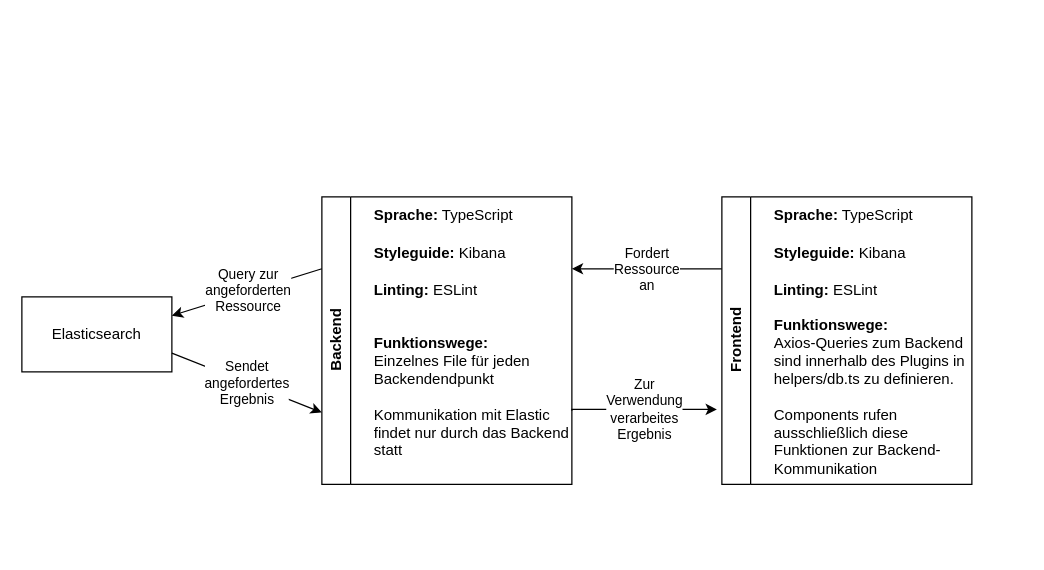
This is project_design.drawio from schattenbrot/draw-io, a draw.io file, before an edit. Source tidied: cells renumbered, new cells numbered last; positions are measured from the earlier drawing's top-left corner, leaving out a move shared by most shapes. Both pictures are drawn from the tidied source at 125%, with x=0, y=0 at pixel (21, 196).
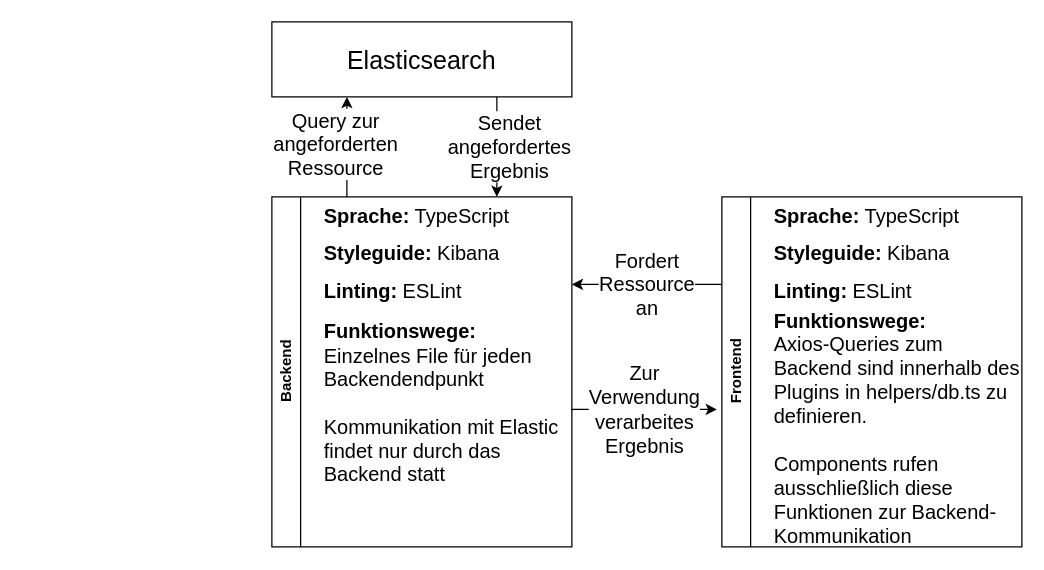
The same page after the edit.

The edit, as a diff of the source:
```diff
@@
     <mxCell id="2" value="&lt;div&gt;Backend&lt;/div&gt;" style="swimlane;horizontal=0;whiteSpace=wrap;html=1;" parent="1" vertex="1">
-      <mxGeometry x="240" width="200" height="230" as="geometry" />
+      <mxGeometry x="200" width="240" height="280" as="geometry" />
     </mxCell>
-    <mxCell id="3" value="&lt;div align=&quot;left&quot;&gt;&lt;b&gt;Sprache:&lt;/b&gt; TypeScript&lt;/div&gt;" style="text;html=1;strokeColor=none;fillColor=none;align=left;verticalAlign=middle;whiteSpace=wrap;rounded=0;" parent="2" vertex="1">
-      <mxGeometry x="40" width="160" height="30" as="geometry" />
-    </mxCell>
-    <mxCell id="4" value="&lt;b&gt;Styleguide:&lt;/b&gt; Kibana" style="text;html=1;strokeColor=none;fillColor=none;align=left;verticalAlign=middle;whiteSpace=wrap;rounded=0;" parent="2" vertex="1">
+    <mxCell id="4" value="&lt;font style=&quot;font-size: 16px;&quot;&gt;&lt;b&gt;Styleguide:&lt;/b&gt; Kibana&lt;/font&gt;" style="text;html=1;strokeColor=none;fillColor=none;align=left;verticalAlign=middle;whiteSpace=wrap;rounded=0;" parent="2" vertex="1">
       <mxGeometry x="40" y="30" width="160" height="30" as="geometry" />
     </mxCell>
-    <mxCell id="5" value="&lt;b&gt;Linting:&lt;/b&gt; ESLint" style="text;html=1;strokeColor=none;fillColor=none;align=left;verticalAlign=middle;whiteSpace=wrap;rounded=0;" parent="2" vertex="1">
+    <mxCell id="5" value="&lt;font style=&quot;font-size: 16px;&quot;&gt;&lt;b&gt;Linting:&lt;/b&gt; ESLint&lt;/font&gt;" style="text;html=1;strokeColor=none;fillColor=none;align=left;verticalAlign=middle;whiteSpace=wrap;rounded=0;" parent="2" vertex="1">
       <mxGeometry x="40" y="60" width="160" height="30" as="geometry" />
     </mxCell>
-    <mxCell id="6" value="&lt;b&gt;Funktionswege:&lt;/b&gt;&lt;br&gt;Einzelnes File für jeden Backendendpunkt&lt;br&gt;&lt;div&gt;&lt;br&gt;&lt;/div&gt;&lt;div&gt;Kommunikation mit Elastic findet nur durch das Backend statt&lt;br&gt;&lt;/div&gt;" style="text;html=1;strokeColor=none;fillColor=none;align=left;verticalAlign=middle;whiteSpace=wrap;rounded=0;" parent="2" vertex="1">
-      <mxGeometry x="40" y="90" width="160" height="140" as="geometry" />
+    <mxCell id="6" value="&lt;font style=&quot;font-size: 16px;&quot;&gt;&lt;b&gt;Funktionswege:&lt;/b&gt;&lt;br&gt;Einzelnes File für jeden Backendendpunkt&lt;br&gt;&lt;/font&gt;&lt;div style=&quot;font-size: 16px;&quot;&gt;&lt;font style=&quot;font-size: 16px;&quot;&gt;&lt;br&gt;&lt;/font&gt;&lt;/div&gt;&lt;div style=&quot;font-size: 16px;&quot;&gt;&lt;font style=&quot;font-size: 16px;&quot;&gt;Kommunikation mit Elastic findet nur durch das Backend statt&lt;font style=&quot;font-size: 16px;&quot;&gt;&lt;br&gt;&lt;/font&gt;&lt;/font&gt;&lt;/div&gt;" style="text;html=1;strokeColor=none;fillColor=none;align=left;verticalAlign=middle;whiteSpace=wrap;rounded=0;" parent="2" vertex="1">
+      <mxGeometry x="40" y="80" width="200" height="170" as="geometry" />
     </mxCell>
+    <mxCell id="3" value="&lt;div style=&quot;font-size: 16px;&quot; align=&quot;left&quot;&gt;&lt;b&gt;Sprache:&lt;/b&gt; TypeScript&lt;/div&gt;" style="text;html=1;strokeColor=none;fillColor=none;align=left;verticalAlign=middle;whiteSpace=wrap;rounded=0;" parent="2" vertex="1">
+      <mxGeometry x="40" width="160" height="30" as="geometry" />
+    </mxCell>
-    <mxCell id="7" value="Fordert&lt;br&gt;Ressource&lt;br&gt;an" style="edgeStyle=orthogonalEdgeStyle;rounded=0;jettySize=auto;html=1;exitX=0;exitY=0.25;exitDx=0;exitDy=0;entryX=1;entryY=0.25;entryDx=0;entryDy=0;" parent="1" edge="1" source="8" target="2">
+    <mxCell id="7" value="&lt;font style=&quot;font-size: 16px;&quot;&gt;Fordert&lt;br&gt;Ressource&lt;br&gt;an&lt;/font&gt;" style="edgeStyle=orthogonalEdgeStyle;rounded=0;jettySize=auto;html=1;exitX=0;exitY=0.25;exitDx=0;exitDy=0;entryX=1;entryY=0.25;entryDx=0;entryDy=0;" parent="1" edge="1" source="8" target="2">
       <mxGeometry relative="1" as="geometry" />
     </mxCell>
     <mxCell id="8" value="Frontend" style="swimlane;horizontal=0;whiteSpace=wrap;html=1;" parent="1" vertex="1">
-      <mxGeometry x="560" width="200" height="230" as="geometry" />
+      <mxGeometry x="560" width="240" height="280" as="geometry" />
     </mxCell>
-    <mxCell id="9" value="&lt;b&gt;Funktionswege:&lt;/b&gt;&lt;br&gt;Axios-Queries zum Backend sind innerhalb des Plugins in helpers/db.ts zu definieren.&lt;br&gt;&lt;br&gt;Components rufen ausschließlich diese Funktionen zur Backend-Kommunikation" style="text;html=1;strokeColor=none;fillColor=none;align=left;verticalAlign=middle;whiteSpace=wrap;rounded=0;" parent="8" vertex="1">
-      <mxGeometry x="40" y="90" width="160" height="140" as="geometry" />
+    <mxCell id="9" value="&lt;font style=&quot;font-size: 16px;&quot;&gt;&lt;b&gt;Funktionswege:&lt;/b&gt;&lt;br&gt;Axios-Queries zum Backend sind innerhalb des Plugins in helpers/db.ts zu definieren.&lt;br&gt;&lt;br&gt;Components rufen ausschließlich diese Funktionen zur Backend-Kommunikation&lt;/font&gt;" style="text;html=1;strokeColor=none;fillColor=none;align=left;verticalAlign=middle;whiteSpace=wrap;rounded=0;" parent="8" vertex="1">
+      <mxGeometry x="40" y="90" width="200" height="190" as="geometry" />
     </mxCell>
-    <mxCell id="10" value="&lt;div align=&quot;left&quot;&gt;&lt;b&gt;Sprache:&lt;/b&gt; TypeScript&lt;/div&gt;" style="text;html=1;strokeColor=none;fillColor=none;align=left;verticalAlign=middle;whiteSpace=wrap;rounded=0;" parent="8" vertex="1">
+    <mxCell id="10" value="&lt;div style=&quot;font-size: 16px;&quot; align=&quot;left&quot;&gt;&lt;font style=&quot;font-size: 16px;&quot;&gt;&lt;b&gt;Sprache:&lt;/b&gt; TypeScript&lt;/font&gt;&lt;/div&gt;" style="text;html=1;strokeColor=none;fillColor=none;align=left;verticalAlign=middle;whiteSpace=wrap;rounded=0;" parent="8" vertex="1">
       <mxGeometry x="40" width="160" height="30" as="geometry" />
     </mxCell>
-    <mxCell id="11" value="&lt;b&gt;Styleguide:&lt;/b&gt; Kibana" style="text;html=1;strokeColor=none;fillColor=none;align=left;verticalAlign=middle;whiteSpace=wrap;rounded=0;" parent="8" vertex="1">
+    <mxCell id="11" value="&lt;font style=&quot;font-size: 16px;&quot;&gt;&lt;b&gt;Styleguide:&lt;/b&gt; Kibana&lt;/font&gt;" style="text;html=1;strokeColor=none;fillColor=none;align=left;verticalAlign=middle;whiteSpace=wrap;rounded=0;" parent="8" vertex="1">
       <mxGeometry x="40" y="30" width="160" height="30" as="geometry" />
     </mxCell>
-    <mxCell id="12" value="&lt;b&gt;Linting:&lt;/b&gt; ESLint" style="text;html=1;strokeColor=none;fillColor=none;align=left;verticalAlign=middle;whiteSpace=wrap;rounded=0;" parent="8" vertex="1">
+    <mxCell id="12" value="&lt;font style=&quot;font-size: 16px;&quot;&gt;&lt;b&gt;Linting:&lt;/b&gt; ESLint&lt;/font&gt;" style="text;html=1;strokeColor=none;fillColor=none;align=left;verticalAlign=middle;whiteSpace=wrap;rounded=0;" parent="8" vertex="1">
       <mxGeometry x="40" y="60" width="160" height="30" as="geometry" />
     </mxCell>
-    <mxCell id="13" value="Elasticsearch" style="rounded=0;whiteSpace=wrap;html=1;" parent="1" vertex="1">
-      <mxGeometry y="80" width="120" height="60" as="geometry" />
+    <mxCell id="13" value="&lt;font style=&quot;font-size: 20px;&quot;&gt;Elasticsearch&lt;/font&gt;" style="rounded=0;whiteSpace=wrap;html=1;" parent="1" vertex="1">
+      <mxGeometry x="200" y="-140" width="240" height="60" as="geometry" />
     </mxCell>
-    <mxCell id="14" style="endArrow=classic;html=1;rounded=0;exitX=0;exitY=0.25;exitDx=0;exitDy=0;entryX=1;entryY=0.25;entryDx=0;entryDy=0;" parent="1" edge="1" source="2" target="13">
+    <mxCell id="14" style="endArrow=classic;html=1;rounded=0;entryX=0.25;entryY=1;entryDx=0;entryDy=0;exitX=0.25;exitY=0;exitDx=0;exitDy=0;" parent="1" edge="1" source="2" target="13">
       <mxGeometry relative="1" as="geometry" />
     </mxCell>
-    <mxCell id="15" value="Query zur&lt;br&gt;angeforderten&lt;br&gt;Ressource" style="edgeLabel;html=1;align=center;verticalAlign=middle;" parent="14" vertex="1">
+    <mxCell id="15" value="&lt;font style=&quot;font-size: 16px;&quot;&gt;Query zur&lt;br&gt;angeforderten&lt;br&gt;Ressource&lt;/font&gt;" style="edgeLabel;html=1;align=center;verticalAlign=middle;" parent="14" vertex="1">
       <mxGeometry x="-0.3" relative="1" as="geometry">
-        <mxPoint x="-18" y="4" as="offset" />
+        <mxPoint x="-10" y="-15" as="offset" />
       </mxGeometry>
     </mxCell>
-    <mxCell id="16" value="Sendet&lt;br&gt;angefordertes&lt;br&gt;Ergebnis" style="endArrow=classic;html=1;rounded=0;exitX=1;exitY=0.75;exitDx=0;exitDy=0;entryX=0;entryY=0.75;entryDx=0;entryDy=0;" parent="1" edge="1" source="13" target="2">
-      <mxGeometry relative="1" as="geometry" />
+    <mxCell id="16" value="&lt;font style=&quot;font-size: 16px;&quot;&gt;Sendet&lt;br&gt;angefordertes&lt;br&gt;Ergebnis&lt;/font&gt;" style="endArrow=classic;html=1;rounded=0;exitX=0.75;exitY=1;exitDx=0;exitDy=0;entryX=0.75;entryY=0;entryDx=0;entryDy=0;" parent="1" edge="1" source="13" target="2">
+      <mxGeometry y="10" relative="1" as="geometry" />
     </mxCell>
-    <mxCell id="17" value="Zur&lt;br&gt;Verwendung&lt;br&gt;verarbeites&lt;br&gt;Ergebnis" style="edgeStyle=orthogonalEdgeStyle;rounded=0;orthogonalLoop=1;jettySize=auto;html=1;exitX=1;exitY=0.5;exitDx=0;exitDy=0;entryX=-0.02;entryY=0.691;entryDx=0;entryDy=0;entryPerimeter=0;" parent="1" edge="1">
+    <mxCell id="17" value="&lt;font style=&quot;font-size: 16px;&quot;&gt;Zur&lt;br&gt;Verwendung&lt;br&gt;verarbeites&lt;br&gt;Ergebnis&lt;/font&gt;" style="edgeStyle=orthogonalEdgeStyle;rounded=0;orthogonalLoop=1;jettySize=auto;html=1;exitX=1;exitY=0.5;exitDx=0;exitDy=0;entryX=-0.02;entryY=0.691;entryDx=0;entryDy=0;entryPerimeter=0;" parent="1" edge="1">
       <mxGeometry relative="1" as="geometry">
         <mxPoint x="440" y="171.1" as="sourcePoint" />
         <mxPoint x="556" y="170" as="targetPoint" />
         <Array as="points">
           <mxPoint x="440" y="170" />
         </Array>
       </mxGeometry>
     </mxCell>
```
